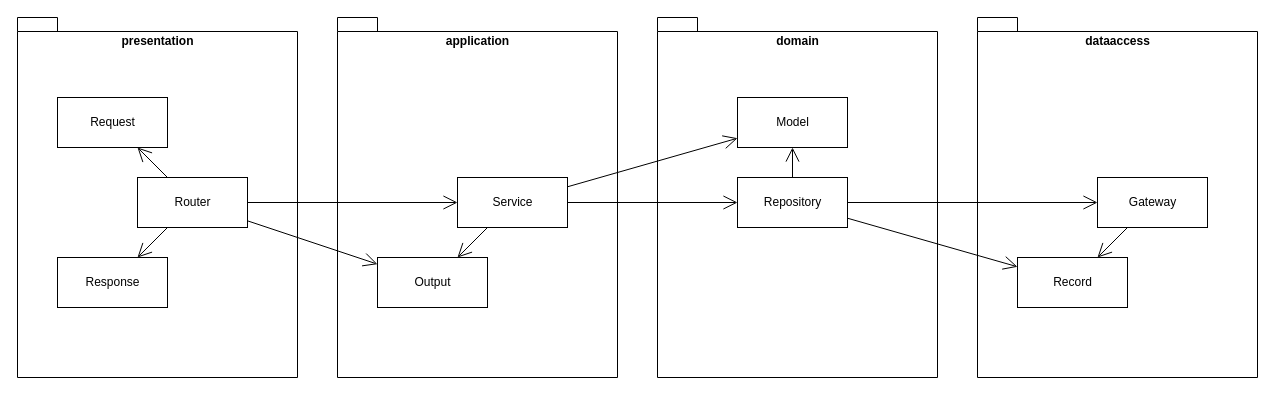
Above: docs/architecture_v3_repository.drawio in yuuttana1223/udemy-reversi-webapp (draw.io), before the change. Source tidied: cells renumbered, new cells numbered last; positions are measured from the earlier drawing's top-left corner, leaving out a move shared by most shapes. Both pictures are drawn from the tidied source at 100%, with x=0, y=0 at pixel (17, 17).
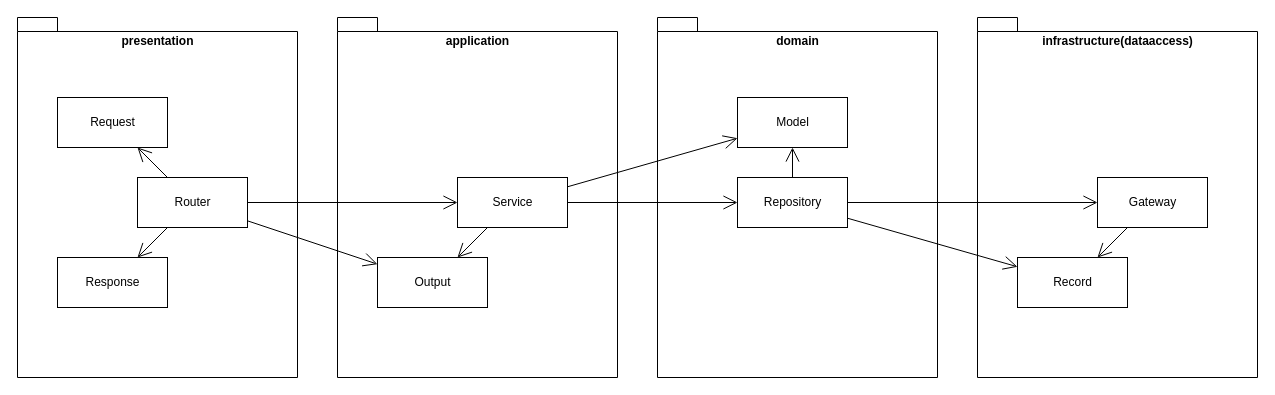
The same page after the edit.

Commit message:
📝 infrastructure(dataacesess)に変更

Diff of the diagram source:
```diff
@@
-    <mxCell id="5" value="dataaccess" style="shape=folder;fontStyle=1;spacingTop=10;tabWidth=40;tabHeight=14;tabPosition=left;html=1;verticalAlign=top;fillColor=none;" parent="1" vertex="1">
+    <mxCell id="5" value="infrastructure(dataaccess)" style="shape=folder;fontStyle=1;spacingTop=10;tabWidth=40;tabHeight=14;tabPosition=left;html=1;verticalAlign=top;fillColor=none;" parent="1" vertex="1">
       <mxGeometry x="960" width="280" height="360" as="geometry" />
     </mxCell>
```
